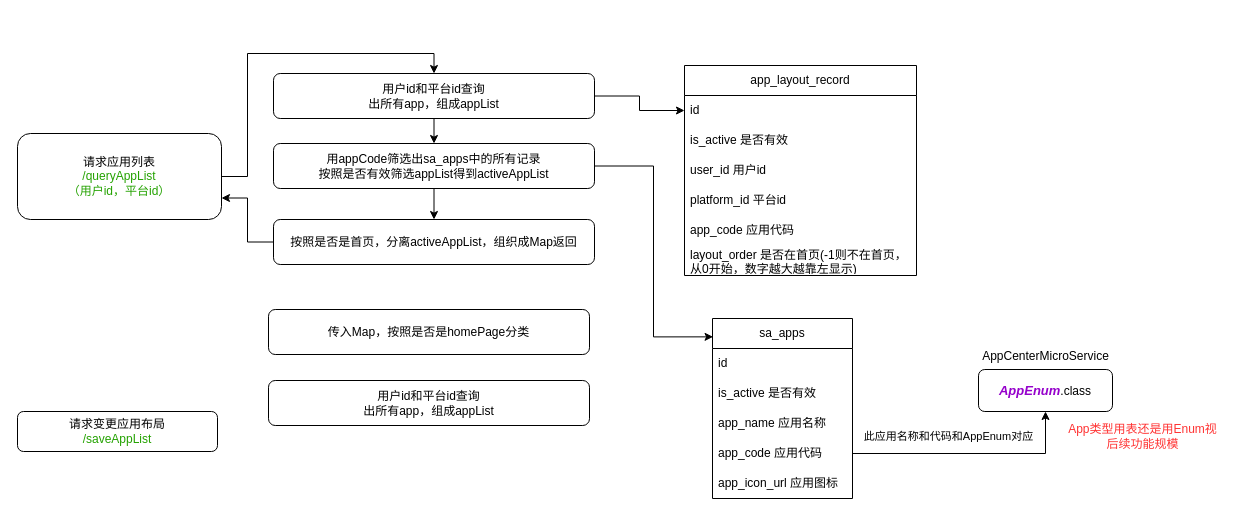
RK-JD/DrawIO keeps this draw.io diagram as 应用中心执行流程.drawio. Above is the earlier version. Source tidied: cells renumbered, new cells numbered last; positions are measured from the earlier drawing's top-left corner, leaving out a move shared by most shapes. Both pictures are drawn from the tidied source at 100%, with x=0, y=0 at pixel (17, 65).
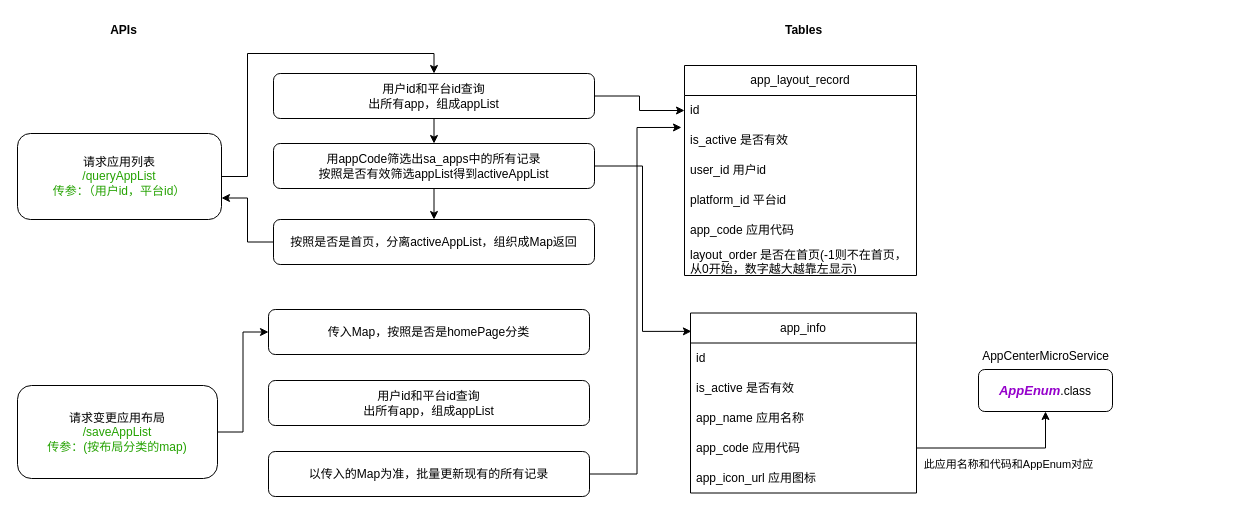
The same diagram, later.

Commit message:
更新应用中心执行流程.drawio

Unchanged cells that the change refers to:
```xml
<mxCell id="13" value="is_active 是否有效" style="text;strokeColor=none;fillColor=none;align=left;verticalAlign=middle;spacingLeft=4;spacingRight=4;overflow=hidden;points=[[0,0.5],[1,0.5]];portConstraint=eastwest;whiteSpace=wrap;html=1;" parent="11" vertex="1">
  <mxGeometry y="60" width="232" height="30" as="geometry" />
</mxCell>
<mxCell id="30" value="传入Map，按照是否是homePage分类" style="rounded=1;whiteSpace=wrap;html=1;" parent="1" vertex="1">
  <mxGeometry x="251" y="244" width="321" height="45" as="geometry" />
</mxCell>
```

What changed in the source:
```diff
@@
-    <mxCell id="3" value="请求应用列表&lt;div&gt;&lt;font color=&quot;#24a201&quot;&gt;/queryAppList&lt;/font&gt;&lt;/div&gt;&lt;div&gt;&lt;font color=&quot;#24a201&quot;&gt;（用户id，平台id）&lt;/font&gt;&lt;/div&gt;" style="rounded=1;whiteSpace=wrap;html=1;" parent="1" vertex="1">
+    <mxCell id="3" value="请求应用列表&lt;div&gt;&lt;font color=&quot;#24a201&quot;&gt;/queryAppList&lt;/font&gt;&lt;/div&gt;&lt;div&gt;&lt;font color=&quot;#24a201&quot;&gt;传参：（用户id，平台id）&lt;/font&gt;&lt;/div&gt;" style="rounded=1;whiteSpace=wrap;html=1;" parent="1" vertex="1">
       <mxGeometry y="68" width="204" height="86" as="geometry" />
     </mxCell>
+    <mxCell id="33" style="edgeStyle=orthogonalEdgeStyle;rounded=0;jettySize=auto;html=1;exitX=1;exitY=0.5;exitDx=0;exitDy=0;entryX=0;entryY=0.5;entryDx=0;entryDy=0;" parent="1" edge="1" source="4" target="30">
+      <mxGeometry relative="1" as="geometry" />
+    </mxCell>
-    <mxCell id="4" value="请求变更应用布局&lt;div&gt;&lt;font color=&quot;#24a201&quot;&gt;/saveAppList&lt;/font&gt;&lt;/div&gt;" style="rounded=1;whiteSpace=wrap;html=1;" parent="1" vertex="1">
-      <mxGeometry y="346" width="200" height="40" as="geometry" />
+    <mxCell id="4" value="请求变更应用布局&lt;div&gt;&lt;font color=&quot;#24a201&quot;&gt;/saveAppList&lt;/font&gt;&lt;/div&gt;&lt;div&gt;&lt;font color=&quot;#24a201&quot;&gt;传参：(按布局分类的map)&lt;/font&gt;&lt;/div&gt;" style="rounded=1;whiteSpace=wrap;html=1;" parent="1" vertex="1">
+      <mxGeometry y="320" width="200" height="93" as="geometry" />
     </mxCell>
-    <mxCell id="5" value="sa_apps" style="swimlane;fontStyle=0;horizontal=1;startSize=30;whiteSpace=wrap;html=1;" parent="1" vertex="1">
-      <mxGeometry x="695" y="253" width="140" height="180" as="geometry" />
+    <mxCell id="5" value="app_info" style="swimlane;fontStyle=0;horizontal=1;startSize=30;whiteSpace=wrap;html=1;" parent="1" vertex="1">
+      <mxGeometry x="673" y="247.5" width="226" height="180" as="geometry" />
     </mxCell>
     <mxCell id="6" value="id" style="text;strokeColor=none;fillColor=none;align=left;verticalAlign=middle;spacingLeft=4;spacingRight=4;overflow=hidden;whiteSpace=wrap;html=1;" parent="5" vertex="1">
-      <mxGeometry y="30" width="140" height="30" as="geometry" />
+      <mxGeometry y="30" width="226" height="30" as="geometry" />
     </mxCell>
     <mxCell id="7" value="is_active 是否有效" style="text;strokeColor=none;fillColor=none;align=left;verticalAlign=middle;spacingLeft=4;spacingRight=4;overflow=hidden;whiteSpace=wrap;html=1;" parent="5" vertex="1">
-      <mxGeometry y="60" width="140" height="30" as="geometry" />
+      <mxGeometry y="60" width="226" height="30" as="geometry" />
     </mxCell>
     <mxCell id="8" value="app_name 应用名称" style="text;strokeColor=none;fillColor=none;align=left;verticalAlign=middle;spacingLeft=4;spacingRight=4;overflow=hidden;whiteSpace=wrap;html=1;" parent="5" vertex="1">
-      <mxGeometry y="90" width="140" height="30" as="geometry" />
+      <mxGeometry y="90" width="226" height="30" as="geometry" />
     </mxCell>
     <mxCell id="9" value="app_code 应用代码" style="text;strokeColor=none;fillColor=none;align=left;verticalAlign=middle;spacingLeft=4;spacingRight=4;overflow=hidden;points=[[0,0.5],[1,0.5]];portConstraint=eastwest;whiteSpace=wrap;html=1;" parent="5" vertex="1">
-      <mxGeometry y="120" width="140" height="30" as="geometry" />
+      <mxGeometry y="120" width="226" height="30" as="geometry" />
     </mxCell>
     <mxCell id="10" value="app_icon_url 应用图标" style="text;strokeColor=none;fillColor=none;align=left;verticalAlign=middle;spacingLeft=4;spacingRight=4;overflow=hidden;whiteSpace=wrap;html=1;" parent="5" vertex="1">
-      <mxGeometry y="150" width="140" height="30" as="geometry" />
+      <mxGeometry y="150" width="226" height="30" as="geometry" />
     </mxCell>
@@
     <mxCell id="25" value="&lt;span style=&quot;font-size: 11px;&quot;&gt;此应用名称和代码和AppEnum对应&lt;/span&gt;" style="text;html=1;align=center;verticalAlign=middle;strokeColor=none;fillColor=none;" parent="1" vertex="1">
-      <mxGeometry x="837" y="358" width="187" height="26" as="geometry" />
+      <mxGeometry x="897" y="386" width="187" height="26" as="geometry" />
     </mxCell>
@@
-    <mxCell id="31" value="App类型用表还是用Enum视&lt;div&gt;后续功能规模&lt;/div&gt;" style="text;html=1;align=center;verticalAlign=middle;strokeColor=none;fillColor=none;fontColor=#FF3333;" parent="1" vertex="1">
-      <mxGeometry x="1041" y="350.5" width="167" height="41" as="geometry" />
-    </mxCell>
@@
+    <mxCell id="34" value="以传入的Map为准，批量更新现有的所有记录" style="rounded=1;whiteSpace=wrap;html=1;" parent="1" vertex="1">
+      <mxGeometry x="251" y="386" width="321" height="45" as="geometry" />
+    </mxCell>
+    <mxCell id="35" style="edgeStyle=orthogonalEdgeStyle;rounded=0;jettySize=auto;html=1;exitX=1;exitY=0.5;exitDx=0;exitDy=0;entryX=-0.013;entryY=0.065;entryDx=0;entryDy=0;entryPerimeter=0;" parent="1" edge="1" source="34" target="13">
+      <mxGeometry relative="1" as="geometry" />
+    </mxCell>
+    <mxCell id="36" value="Tables" style="text;html=1;align=center;verticalAlign=middle;strokeColor=none;fillColor=none;fontStyle=1;" parent="1" vertex="1">
+      <mxGeometry x="759.5" y="-48" width="53" height="26" as="geometry" />
+    </mxCell>
+    <mxCell id="37" value="APIs" style="text;html=1;align=center;verticalAlign=middle;strokeColor=none;fillColor=none;fontStyle=1;" parent="1" vertex="1">
+      <mxGeometry x="84" y="-48" width="43" height="26" as="geometry" />
+    </mxCell>
```
